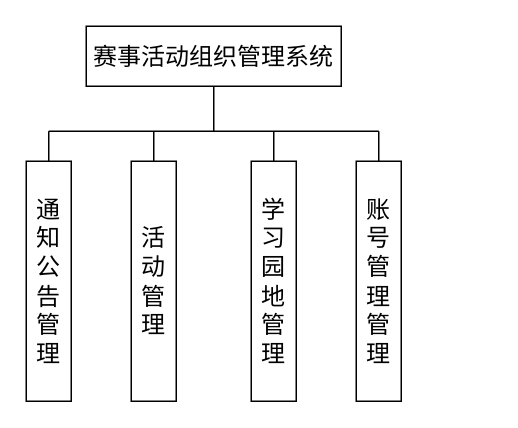
Earlier version of the draw.io diagram cengcitu.drawio (zandaZY/zanda-001). Source tidied: cells renumbered, new cells numbered last; positions are measured from the earlier drawing's top-left corner, leaving out a move shared by most shapes. Both pictures are drawn from the tidied source at 150%, with x=0, y=0 at pixel (26, 26).
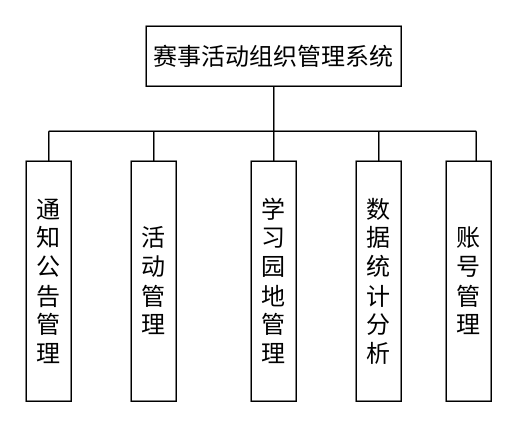
After the change.

Unchanged cells that the change refers to:
```xml
<mxCell id="3" value="&lt;font style=&quot;font-size: 16px;&quot;&gt;通知公告管理&lt;/font&gt;" style="rounded=0;whiteSpace=wrap;html=1;" parent="1" vertex="1">
  <mxGeometry y="90" width="30" height="160" as="geometry" />
</mxCell>
```

Change to the diagram source:
```diff
@@
     <mxCell id="2" value="&lt;font style=&quot;font-size: 16px;&quot;&gt;赛事活动组织管理系统&lt;/font&gt;" style="rounded=0;whiteSpace=wrap;html=1;" parent="1" vertex="1">
-      <mxGeometry x="40" width="170" height="40" as="geometry" />
+      <mxGeometry x="80" width="170" height="40" as="geometry" />
     </mxCell>
@@
-    <mxCell id="6" value="&lt;font style=&quot;font-size: 16px;&quot;&gt;账号管理管理&lt;/font&gt;" style="rounded=0;whiteSpace=wrap;html=1;" parent="1" vertex="1">
+    <mxCell id="6" value="&lt;font style=&quot;font-size: 16px;&quot;&gt;数据统计分析&lt;/font&gt;" style="rounded=0;whiteSpace=wrap;html=1;" parent="1" vertex="1">
       <mxGeometry x="220" y="90" width="30" height="160" as="geometry" />
     </mxCell>
-    <mxCell id="7" style="endArrow=none;html=1;rounded=0;" parent="1" edge="1">
-      <mxGeometry relative="1" as="geometry">
-        <mxPoint x="15" y="70" as="sourcePoint" />
-        <mxPoint x="235" y="70" as="targetPoint" />
-      </mxGeometry>
-    </mxCell>
     <mxCell id="8" style="endArrow=none;html=1;rounded=0;entryX=0.5;entryY=1;entryDx=0;entryDy=0;" parent="1" edge="1" target="2">
       <mxGeometry relative="1" as="geometry">
-        <mxPoint x="125" y="70" as="sourcePoint" />
+        <mxPoint x="165" y="70" as="sourcePoint" />
       </mxGeometry>
     </mxCell>
-    <mxCell id="9" style="endArrow=none;html=1;rounded=0;exitX=0.5;exitY=0;exitDx=0;exitDy=0;" parent="1" edge="1" source="3">
-      <mxGeometry relative="1" as="geometry">
-        <mxPoint x="15" y="70" as="targetPoint" />
-      </mxGeometry>
-    </mxCell>
@@
+    <mxCell id="13" value="&lt;font style=&quot;font-size: 16px;&quot;&gt;账号管理&lt;/font&gt;" style="rounded=0;whiteSpace=wrap;html=1;" parent="1" vertex="1">
+      <mxGeometry x="280" y="90" width="30" height="160" as="geometry" />
+    </mxCell>
+    <mxCell id="14" style="endArrow=none;html=1;rounded=0;" parent="1" edge="1">
+      <mxGeometry relative="1" as="geometry">
+        <mxPoint x="15" y="70" as="sourcePoint" />
+        <mxPoint x="300" y="70" as="targetPoint" />
+      </mxGeometry>
+    </mxCell>
+    <mxCell id="15" style="endArrow=none;html=1;rounded=0;entryX=0.5;entryY=0;entryDx=0;entryDy=0;" parent="1" edge="1" target="3">
+      <mxGeometry relative="1" as="geometry">
+        <mxPoint x="15" y="70" as="sourcePoint" />
+      </mxGeometry>
+    </mxCell>
+    <mxCell id="16" style="endArrow=none;html=1;rounded=0;" parent="1" edge="1">
+      <mxGeometry relative="1" as="geometry">
+        <mxPoint x="300" y="90" as="sourcePoint" />
+        <mxPoint x="300" y="70" as="targetPoint" />
+      </mxGeometry>
+    </mxCell>
```
